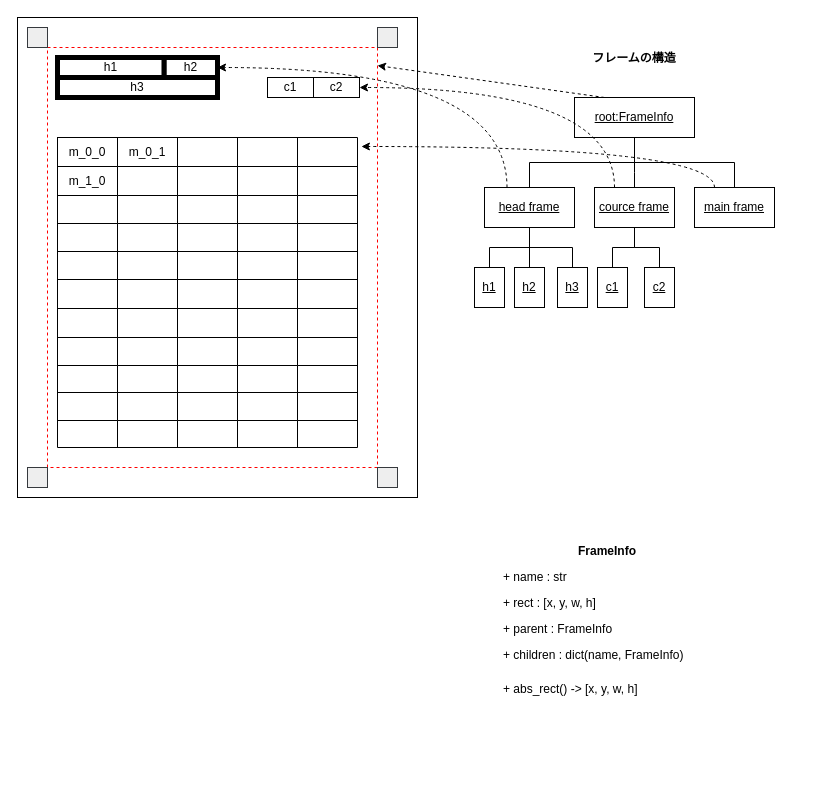
This is page "フレーム構造" (3 of 3) of design.drawio from NaooyOki/YasouReportReading, a draw.io file, before an edit. Source tidied: cells renumbered, new cells numbered last; positions are measured from the earlier drawing's top-left corner, leaving out a move shared by most shapes. Both pictures are drawn from the tidied source at 100%, with x=0, y=0 at pixel (17, 17).
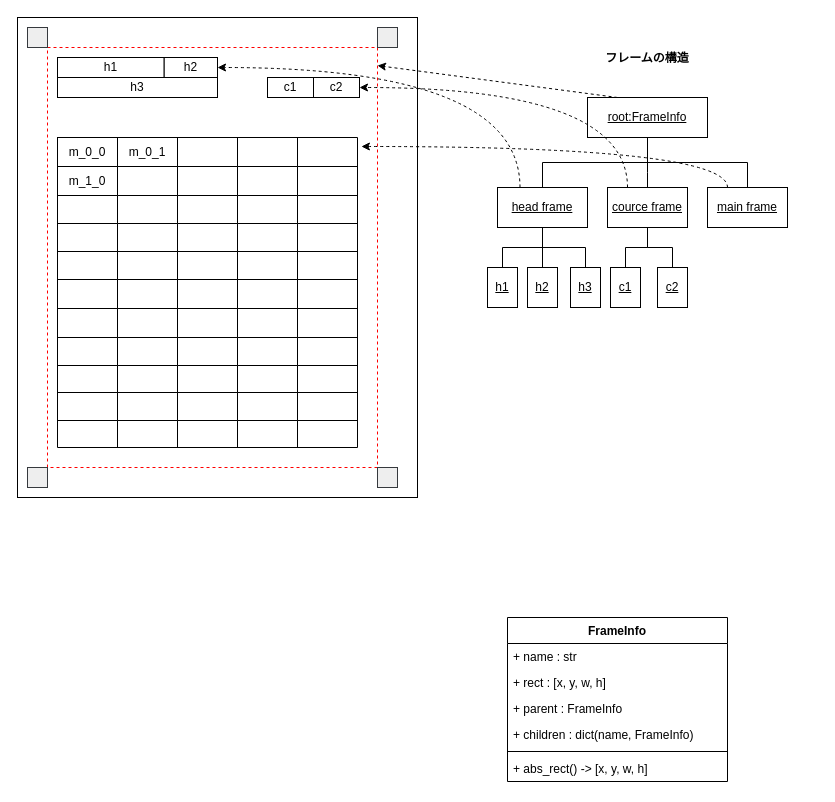
The same page after the edit.

The edit, as a diff of the source:
```diff
@@
-    <mxCell id="8" style="group;strokeWidth=5;strokeColor=default;" parent="1" vertex="1">
+    <mxCell id="8" style="group;strokeWidth=1;strokeColor=default;" parent="1" vertex="1">
       <mxGeometry x="40" y="40" width="160" height="40" as="geometry" />
     </mxCell>
-    <mxCell id="9" value="h1" style="rounded=0;whiteSpace=wrap;html=1;strokeWidth=5;" parent="8" vertex="1">
+    <mxCell id="9" value="h1" style="rounded=0;whiteSpace=wrap;html=1;strokeWidth=1;" parent="8" vertex="1">
       <mxGeometry width="106.7" height="20" as="geometry" />
     </mxCell>
-    <mxCell id="10" value="h2" style="rounded=0;whiteSpace=wrap;html=1;strokeWidth=5;" parent="8" vertex="1">
+    <mxCell id="10" value="h2" style="rounded=0;whiteSpace=wrap;html=1;strokeWidth=1;" parent="8" vertex="1">
       <mxGeometry x="106.7" width="53.3" height="20" as="geometry" />
     </mxCell>
-    <mxCell id="11" value="h3" style="rounded=0;whiteSpace=wrap;html=1;strokeWidth=5;" parent="8" vertex="1">
+    <mxCell id="11" value="h3" style="rounded=0;whiteSpace=wrap;html=1;strokeWidth=1;" parent="8" vertex="1">
       <mxGeometry y="20" width="160" height="20" as="geometry" />
     </mxCell>
@@
     <mxCell id="81" value="フレームの構造" style="swimlane;startSize=20;horizontal=1;containerType=tree;strokeColor=#FFFFFF;" parent="1" vertex="1">
-      <mxGeometry x="447" y="30" width="340" height="390" as="geometry" />
+      <mxGeometry x="460" y="30" width="340" height="390" as="geometry" />
     </mxCell>
@@
-    <mxCell id="103" value="FrameInfo" style="swimlane;fontStyle=1;align=center;verticalAlign=top;horizontal=1;startSize=26;strokeColor=#FFFFFF;" parent="1" vertex="1">
-      <mxGeometry x="480" y="520" width="220" height="164" as="geometry" />
+    <mxCell id="103" value="FrameInfo" style="swimlane;fontStyle=1;align=center;verticalAlign=top;horizontal=1;startSize=26;" parent="1" vertex="1">
+      <mxGeometry x="490" y="600" width="220" height="164" as="geometry" />
     </mxCell>
```
